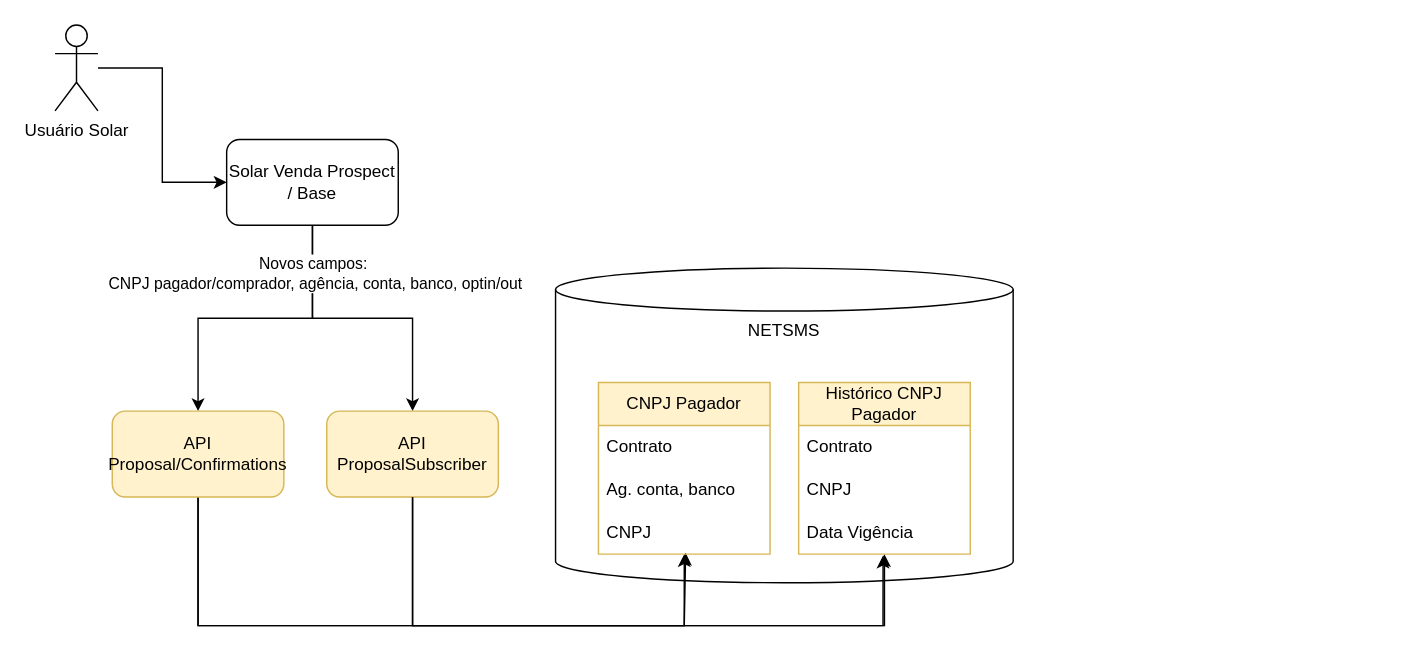
samirali/ClaroBrasil keeps this draw.io diagram as Solar 129761 Pix Automático PME - Apresentação DSS.drawio. Above is the earlier version. Source tidied: cells renumbered, new cells numbered last; positions are measured from the earlier drawing's top-left corner, leaving out a move shared by most shapes. Both pictures are drawn from the tidied source at 143%, with x=0, y=0 at pixel (54, 24).
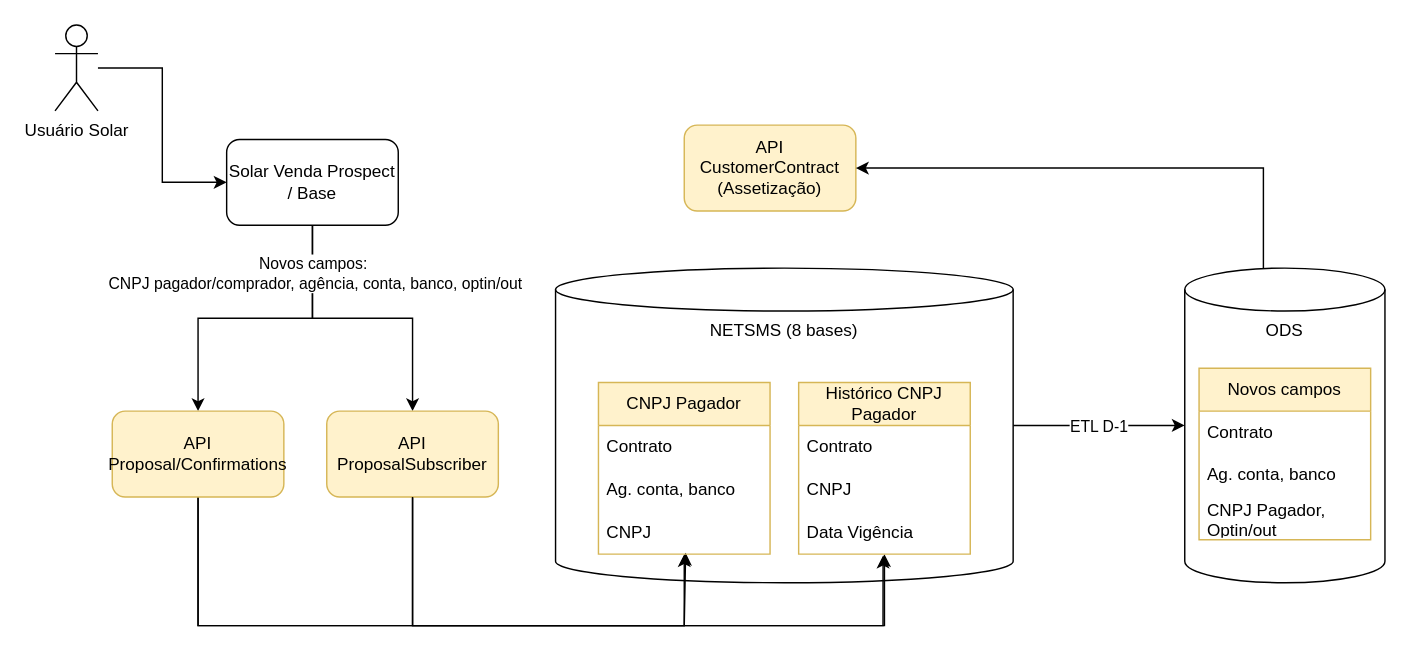
The same diagram, later.

The edit, as a diff of the source:
```diff
@@
+    <mxCell id="23" style="edgeStyle=orthogonalEdgeStyle;rounded=0;jettySize=auto;html=1;" parent="1" edge="1" source="2" target="27">
+      <mxGeometry relative="1" as="geometry" />
+    </mxCell>
+    <mxCell id="24" value="ETL D-1" style="edgeLabel;html=1;align=center;verticalAlign=middle;" parent="23" vertex="1">
+      <mxGeometry x="-0.02" relative="1" as="geometry" />
+    </mxCell>
-    <mxCell id="2" value="NETSMS" style="shape=cylinder3;whiteSpace=wrap;html=1;boundedLbl=1;backgroundOutline=1;size=15;verticalAlign=top;" parent="1" vertex="1">
+    <mxCell id="2" value="NETSMS (8 bases)" style="shape=cylinder3;whiteSpace=wrap;html=1;boundedLbl=1;backgroundOutline=1;size=15;verticalAlign=top;" parent="1" vertex="1">
       <mxGeometry x="350" y="170" width="320" height="220" as="geometry" />
     </mxCell>
@@
+    <mxCell id="25" value="API CustomerContract (Assetização)" style="rounded=1;whiteSpace=wrap;html=1;fillColor=#fff2cc;strokeColor=#d6b656;" parent="1" vertex="1">
+      <mxGeometry x="440" y="70" width="120" height="60" as="geometry" />
+    </mxCell>
+    <mxCell id="26" style="edgeStyle=orthogonalEdgeStyle;rounded=0;jettySize=auto;html=1;entryX=1;entryY=0.5;entryDx=0;entryDy=0;" parent="1" edge="1" source="27" target="25">
+      <mxGeometry relative="1" as="geometry">
+        <Array as="points">
+          <mxPoint x="845" y="100" />
+        </Array>
+      </mxGeometry>
+    </mxCell>
+    <mxCell id="27" value="ODS" style="shape=cylinder3;whiteSpace=wrap;html=1;boundedLbl=1;backgroundOutline=1;size=15;verticalAlign=top;" parent="1" vertex="1">
+      <mxGeometry x="790" y="170" width="140" height="220" as="geometry" />
+    </mxCell>
+    <mxCell id="28" value="Novos campos" style="swimlane;fontStyle=0;horizontal=1;startSize=30;whiteSpace=wrap;html=1;fillColor=#fff2cc;strokeColor=#d6b656;" parent="1" vertex="1">
+      <mxGeometry x="800" y="240" width="120" height="120" as="geometry" />
+    </mxCell>
+    <mxCell id="29" value="Contrato" style="text;strokeColor=none;fillColor=none;align=left;verticalAlign=middle;spacingLeft=4;spacingRight=4;overflow=hidden;whiteSpace=wrap;html=1;" parent="28" vertex="1">
+      <mxGeometry y="30" width="120" height="30" as="geometry" />
+    </mxCell>
+    <mxCell id="30" value="Ag. conta, banco" style="text;strokeColor=none;fillColor=none;align=left;verticalAlign=middle;spacingLeft=4;spacingRight=4;overflow=hidden;whiteSpace=wrap;html=1;" parent="28" vertex="1">
+      <mxGeometry y="60" width="120" height="30" as="geometry" />
+    </mxCell>
+    <mxCell id="31" value="CNPJ Pagador, Optin/out" style="text;strokeColor=none;fillColor=none;align=left;verticalAlign=middle;spacingLeft=4;spacingRight=4;overflow=hidden;whiteSpace=wrap;html=1;" parent="28" vertex="1">
+      <mxGeometry y="90" width="120" height="30" as="geometry" />
+    </mxCell>
```
